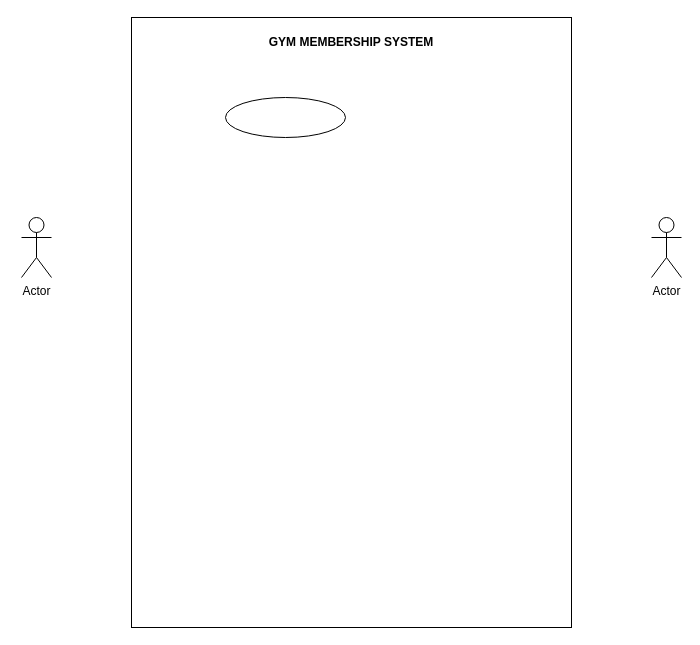
Before: Use Case Gym_Membership.drawio in AbeSoll/Draw.io, a draw.io diagram. Source tidied: cells renumbered, new cells numbered last; positions are measured from the earlier drawing's top-left corner, leaving out a move shared by most shapes. Both pictures are drawn from the tidied source at 100%, with x=0, y=0 at pixel (21, 17).
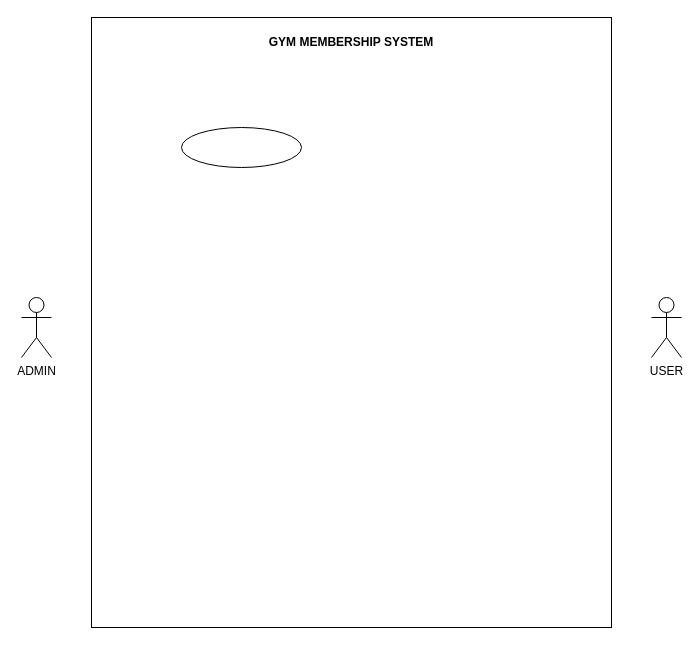
The same diagram, later.

The edit, as a diff of the source:
```diff
@@
 <mxGraphModel>
   <root>
     <mxCell id="0" />
     <mxCell id="1" parent="0" />
     <mxCell id="2" style="rounded=0;whiteSpace=wrap;html=1;" parent="1" vertex="1">
-      <mxGeometry x="110" width="440" height="610" as="geometry" />
+      <mxGeometry x="70" width="520" height="610" as="geometry" />
     </mxCell>
-    <mxCell id="3" value="Actor" style="shape=umlActor;verticalLabelPosition=bottom;verticalAlign=top;html=1;" parent="1" vertex="1">
-      <mxGeometry y="200" width="30" height="60" as="geometry" />
+    <mxCell id="3" value="ADMIN" style="shape=umlActor;verticalLabelPosition=bottom;verticalAlign=top;html=1;" parent="1" vertex="1">
+      <mxGeometry y="280" width="30" height="60" as="geometry" />
     </mxCell>
-    <mxCell id="4" value="Actor" style="shape=umlActor;verticalLabelPosition=bottom;verticalAlign=top;html=1;" parent="1" vertex="1">
-      <mxGeometry x="630" y="200" width="30" height="60" as="geometry" />
+    <mxCell id="4" value="USER" style="shape=umlActor;verticalLabelPosition=bottom;verticalAlign=top;html=1;" parent="1" vertex="1">
+      <mxGeometry x="630" y="280" width="30" height="60" as="geometry" />
     </mxCell>
     <mxCell id="5" value="GYM MEMBERSHIP SYSTEM" style="text;html=1;align=center;verticalAlign=middle;whiteSpace=wrap;rounded=0;fontStyle=1;" parent="1" vertex="1">
       <mxGeometry x="227" y="10" width="206" height="30" as="geometry" />
     </mxCell>
     <mxCell id="6" style="ellipse;whiteSpace=wrap;html=1;" parent="1" vertex="1">
-      <mxGeometry x="204" y="80" width="120" height="40" as="geometry" />
+      <mxGeometry x="160" y="110" width="120" height="40" as="geometry" />
     </mxCell>
   </root>
 </mxGraphModel>
```
